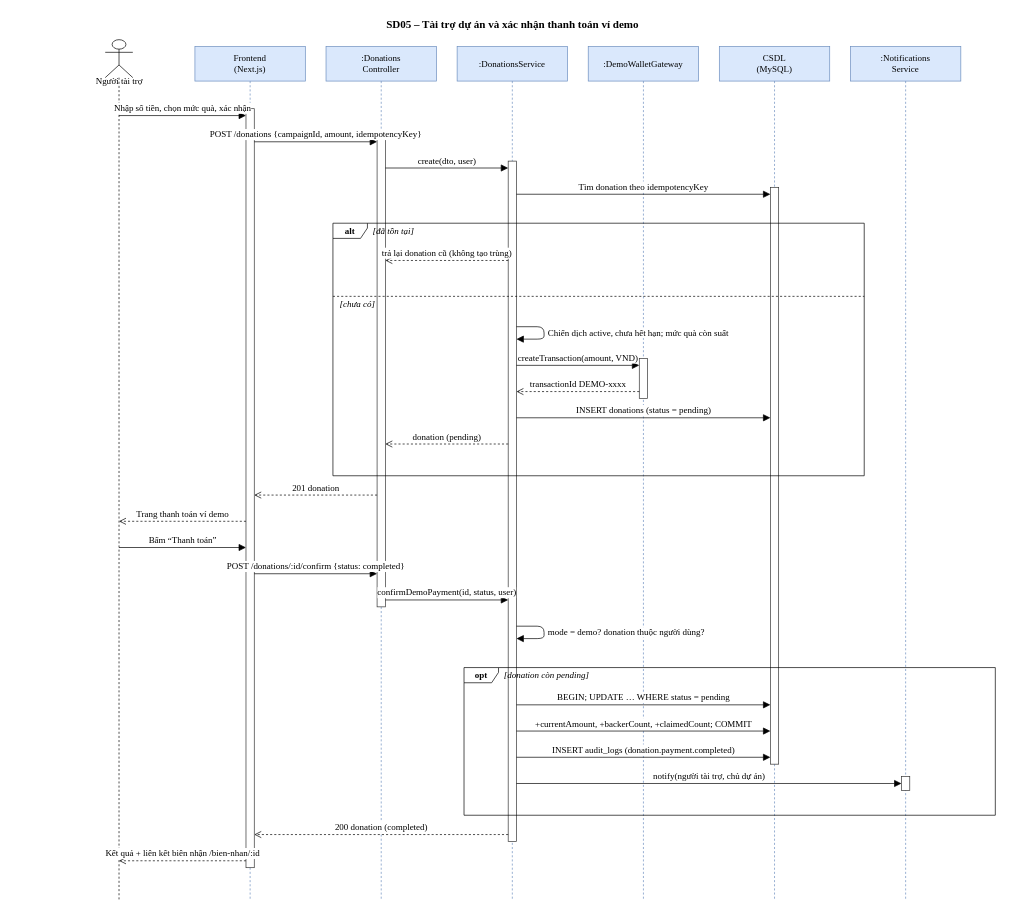
Above: Document/03_SoDoUML/03_SequenceDiagram/SD05_TaiTroDuAn.drawio in nhanhuutran007/DATN_2627_Website (draw.io), before the change. Source tidied: cells renumbered, new cells numbered last; positions are measured from the earlier drawing's top-left corner, leaving out a move shared by most shapes. Both pictures are drawn from the tidied source at 69%, with x=0, y=0 at pixel (12, 12).
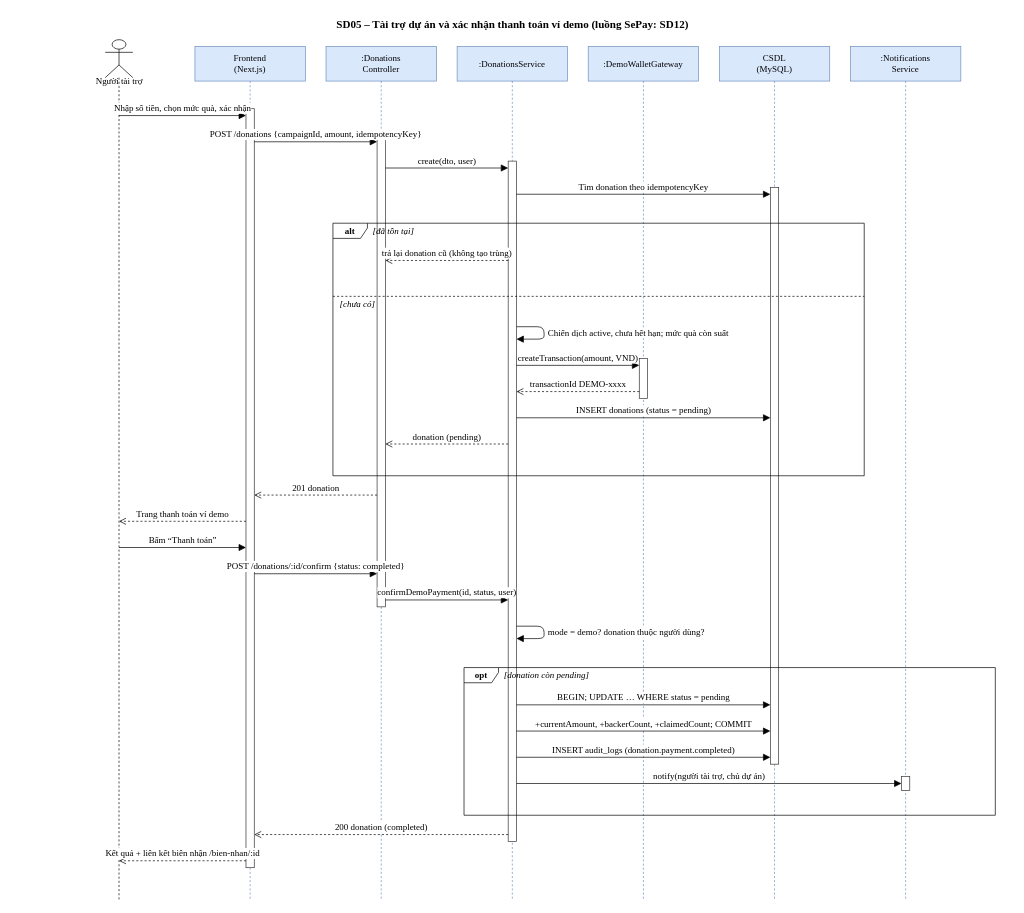
Above is the later version.

Diff of the diagram source:
```diff
@@
-    <mxCell id="2" value="&lt;b&gt;SD05 – Tài trợ dự án và xác nhận thanh toán ví demo&lt;/b&gt;" style="fontFamily=Times New Roman;fontSize=13;text;html=1;align=center;verticalAlign=middle;fontSize=16;" parent="1" vertex="1">
+    <mxCell id="2" value="&lt;b&gt;SD05 – Tài trợ dự án và xác nhận thanh toán ví demo (luồng SePay: SD12)&lt;/b&gt;" style="fontFamily=Times New Roman;fontSize=13;text;html=1;align=center;verticalAlign=middle;fontSize=16;" parent="1" vertex="1">
       <mxGeometry width="1450" height="36" as="geometry" />
     </mxCell>
```
